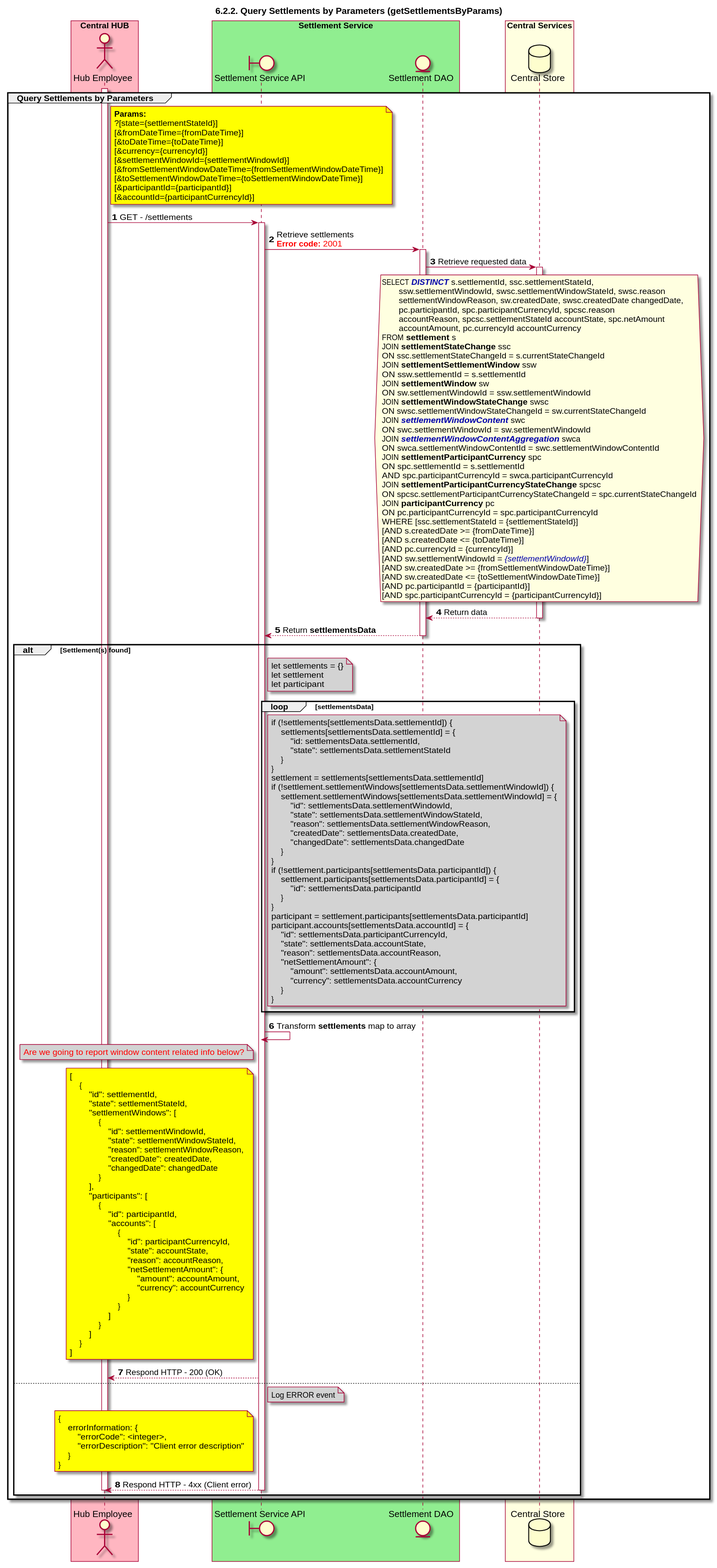
mojaloop/documentation keeps this PlantUML diagram as mojaloop-technical-overview/central-settlements/settlement-process/assets/diagrams/sequence/seq-settlement-6.2.2.svg. Above is the earlier version.
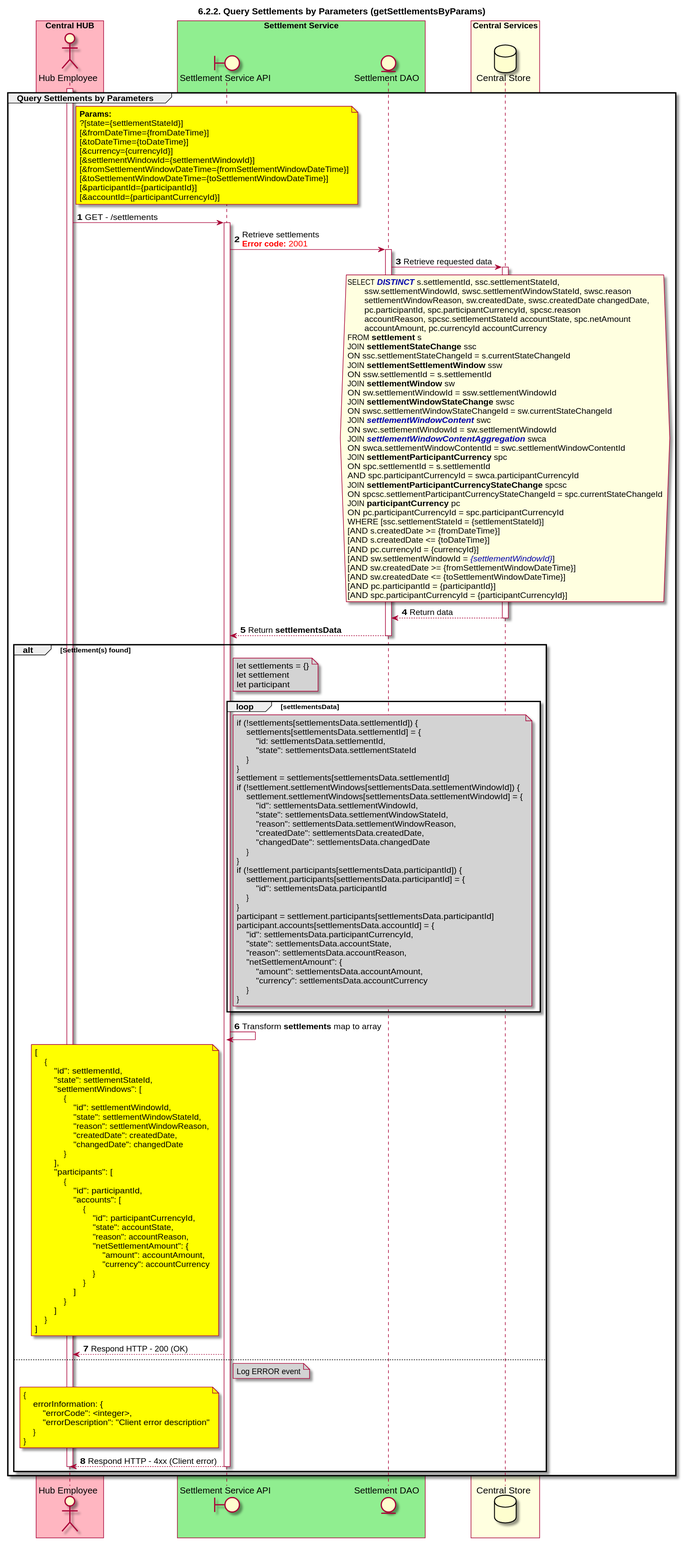
After the change.

The edit, as a diff of the source:
```diff
@@ -127,9 +127,6 @@
         end
         SSAPI -> SSAPI: Transform **settlements** map to array
         deactivate SETTLE_DAO
-        note left of SSAPI #lightgray
-            <color #red>Are we going to report window content related info below?</color>
-        end note
         note left of SSAPI #yellow
             [
                 {
```
